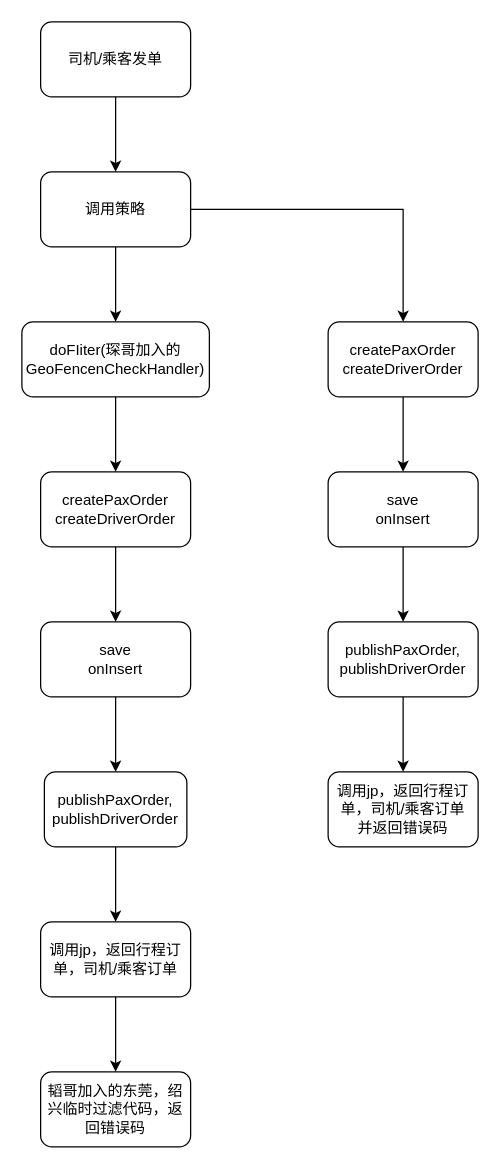
Sun-source-code/diagram keeps this draw.io diagram as 防疫合规.drawio. Above is the earlier version. Source tidied: cells renumbered, new cells numbered last; positions are measured from the earlier drawing's top-left corner, leaving out a move shared by most shapes. Both pictures are drawn from the tidied source at 125%, with x=0, y=0 at pixel (21, 21).
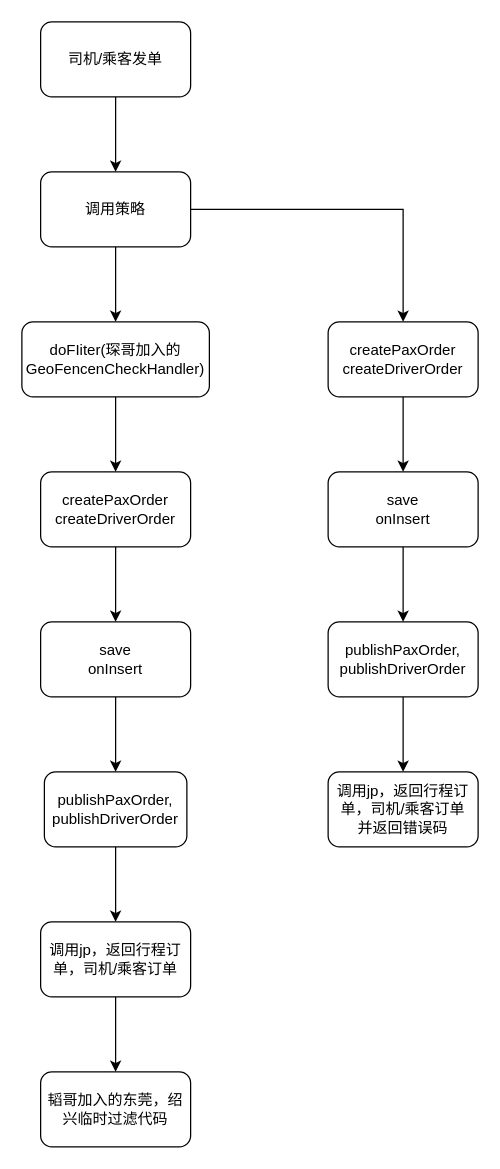
The same page after the edit.

The edit, as a diff of the source:
```diff
@@
-    <mxCell id="17" value="韬哥加入的东莞，绍兴临时过滤代码，返回错误码" style="rounded=1;whiteSpace=wrap;html=1;" parent="1" vertex="1">
+    <mxCell id="17" value="韬哥加入的东莞，绍兴临时过滤代码" style="rounded=1;whiteSpace=wrap;html=1;" parent="1" vertex="1">
       <mxGeometry x="15" y="840" width="120" height="60" as="geometry" />
     </mxCell>
```
